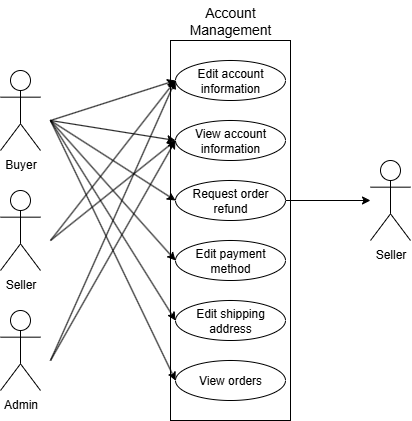
The draw.io diagram SRS Documents/User Story Diagrams/Use Case Diagram - 9.png in TagReaper/CSE-4214-03-Lab-Project, before a commit. Source tidied: cells renumbered, new cells last; positions are measured from the earlier drawing's top-left corner, leaving out a move shared by most shapes. Source of this version:
```xml
<mxGraphModel>
  <root>
    <mxCell id="0" />
    <mxCell id="1" parent="0" />
    <mxCell id="2" style="rounded=0;whiteSpace=wrap;html=1;" parent="1" vertex="1">
      <mxGeometry x="170" y="40" width="120" height="380" as="geometry" />
    </mxCell>
    <mxCell id="3" value="&lt;font style=&quot;font-size: 14px;&quot;&gt;Account Management&lt;/font&gt;" style="text;html=1;align=center;verticalAlign=middle;whiteSpace=wrap;rounded=0;" parent="1" vertex="1">
      <mxGeometry x="170" width="120" height="40" as="geometry" />
    </mxCell>
    <mxCell id="4" value="Edit account information" style="ellipse;whiteSpace=wrap;html=1;" parent="1" vertex="1">
      <mxGeometry x="175" y="60" width="110" height="40" as="geometry" />
    </mxCell>
    <mxCell id="5" value="Edit payment method" style="ellipse;whiteSpace=wrap;html=1;" parent="1" vertex="1">
      <mxGeometry x="175" y="240" width="110" height="40" as="geometry" />
    </mxCell>
    <mxCell id="6" value="Edit shipping address" style="ellipse;whiteSpace=wrap;html=1;" parent="1" vertex="1">
      <mxGeometry x="175" y="300" width="110" height="40" as="geometry" />
    </mxCell>
    <mxCell id="7" value="View orders" style="ellipse;whiteSpace=wrap;html=1;" parent="1" vertex="1">
      <mxGeometry x="175" y="360" width="110" height="40" as="geometry" />
    </mxCell>
    <mxCell id="8" value="View account information" style="ellipse;whiteSpace=wrap;html=1;" parent="1" vertex="1">
      <mxGeometry x="175" y="120" width="110" height="40" as="geometry" />
    </mxCell>
    <mxCell id="9" style="edgeStyle=none;shape=connector;rounded=0;jettySize=auto;html=1;exitX=1;exitY=0.5;exitDx=0;exitDy=0;strokeColor=default;align=center;verticalAlign=middle;fontFamily=Helvetica;fontSize=11;fontColor=default;labelBackgroundColor=default;endArrow=classic;" parent="1" edge="1" source="10" target="24">
      <mxGeometry relative="1" as="geometry" />
    </mxCell>
    <mxCell id="10" value="Request order refund" style="ellipse;whiteSpace=wrap;html=1;" parent="1" vertex="1">
      <mxGeometry x="175" y="180" width="110" height="40" as="geometry" />
    </mxCell>
    <mxCell id="11" style="rounded=0;jettySize=auto;html=1;entryX=0;entryY=0.5;entryDx=0;entryDy=0;strokeColor=default;align=center;verticalAlign=middle;fontFamily=Helvetica;fontSize=11;fontColor=default;labelBackgroundColor=default;endArrow=classic;elbow=vertical;" parent="1" edge="1" target="4">
      <mxGeometry relative="1" as="geometry">
        <mxPoint x="50" y="120" as="sourcePoint" />
      </mxGeometry>
    </mxCell>
    <mxCell id="12" style="edgeStyle=none;shape=connector;rounded=0;jettySize=auto;html=1;entryX=0;entryY=0.5;entryDx=0;entryDy=0;strokeColor=default;align=center;verticalAlign=middle;fontFamily=Helvetica;fontSize=11;fontColor=default;labelBackgroundColor=default;endArrow=classic;" parent="1" edge="1" target="5">
      <mxGeometry relative="1" as="geometry">
        <mxPoint x="50" y="120" as="sourcePoint" />
      </mxGeometry>
    </mxCell>
    <mxCell id="13" style="edgeStyle=none;shape=connector;rounded=0;jettySize=auto;html=1;entryX=0;entryY=0.5;entryDx=0;entryDy=0;strokeColor=default;align=center;verticalAlign=middle;fontFamily=Helvetica;fontSize=11;fontColor=default;labelBackgroundColor=default;endArrow=classic;" parent="1" edge="1" target="6">
      <mxGeometry relative="1" as="geometry">
        <mxPoint x="50" y="120" as="sourcePoint" />
      </mxGeometry>
    </mxCell>
    <mxCell id="14" style="edgeStyle=none;shape=connector;rounded=0;jettySize=auto;html=1;entryX=0;entryY=0.5;entryDx=0;entryDy=0;strokeColor=default;align=center;verticalAlign=middle;fontFamily=Helvetica;fontSize=11;fontColor=default;labelBackgroundColor=default;endArrow=classic;" parent="1" edge="1" target="7">
      <mxGeometry relative="1" as="geometry">
        <mxPoint x="50" y="120" as="sourcePoint" />
      </mxGeometry>
    </mxCell>
    <mxCell id="15" style="edgeStyle=none;shape=connector;rounded=0;jettySize=auto;html=1;entryX=0;entryY=0.5;entryDx=0;entryDy=0;strokeColor=default;align=center;verticalAlign=middle;fontFamily=Helvetica;fontSize=11;fontColor=default;labelBackgroundColor=default;endArrow=classic;" parent="1" edge="1" target="10">
      <mxGeometry relative="1" as="geometry">
        <mxPoint x="50" y="120" as="sourcePoint" />
      </mxGeometry>
    </mxCell>
    <mxCell id="16" style="edgeStyle=none;shape=connector;rounded=0;jettySize=auto;html=1;entryX=0;entryY=0.5;entryDx=0;entryDy=0;strokeColor=default;align=center;verticalAlign=middle;fontFamily=Helvetica;fontSize=11;fontColor=default;labelBackgroundColor=default;endArrow=classic;" parent="1" edge="1" target="8">
      <mxGeometry relative="1" as="geometry">
        <mxPoint x="50" y="120" as="sourcePoint" />
      </mxGeometry>
    </mxCell>
    <mxCell id="17" value="Buyer" style="shape=umlActor;verticalLabelPosition=bottom;verticalAlign=top;html=1;" parent="1" vertex="1">
      <mxGeometry y="70" width="40" height="80" as="geometry" />
    </mxCell>
    <mxCell id="18" style="edgeStyle=none;shape=connector;rounded=0;jettySize=auto;html=1;entryX=0;entryY=0.5;entryDx=0;entryDy=0;strokeColor=default;align=center;verticalAlign=middle;fontFamily=Helvetica;fontSize=11;fontColor=default;labelBackgroundColor=default;endArrow=classic;" parent="1" edge="1" target="4">
      <mxGeometry relative="1" as="geometry">
        <mxPoint x="50" y="240" as="sourcePoint" />
      </mxGeometry>
    </mxCell>
    <mxCell id="19" style="edgeStyle=none;shape=connector;rounded=0;jettySize=auto;html=1;entryX=0;entryY=0.5;entryDx=0;entryDy=0;strokeColor=default;align=center;verticalAlign=middle;fontFamily=Helvetica;fontSize=11;fontColor=default;labelBackgroundColor=default;endArrow=classic;" parent="1" edge="1" target="8">
      <mxGeometry relative="1" as="geometry">
        <mxPoint x="50" y="240" as="sourcePoint" />
      </mxGeometry>
    </mxCell>
    <mxCell id="20" value="Seller" style="shape=umlActor;verticalLabelPosition=bottom;verticalAlign=top;html=1;" parent="1" vertex="1">
      <mxGeometry y="190" width="40" height="80" as="geometry" />
    </mxCell>
    <mxCell id="21" style="edgeStyle=none;shape=connector;rounded=0;jettySize=auto;html=1;entryX=0;entryY=0.5;entryDx=0;entryDy=0;strokeColor=default;align=center;verticalAlign=middle;fontFamily=Helvetica;fontSize=11;fontColor=default;labelBackgroundColor=default;endArrow=classic;" parent="1" edge="1" target="4">
      <mxGeometry relative="1" as="geometry">
        <mxPoint x="50" y="360" as="sourcePoint" />
      </mxGeometry>
    </mxCell>
    <mxCell id="22" value="Admin" style="shape=umlActor;verticalLabelPosition=bottom;verticalAlign=top;html=1;" parent="1" vertex="1">
      <mxGeometry y="310" width="40" height="80" as="geometry" />
    </mxCell>
    <mxCell id="23" style="endArrow=classic;html=1;rounded=0;entryX=0;entryY=0.5;entryDx=0;entryDy=0;" parent="1" edge="1" target="8">
      <mxGeometry relative="1" as="geometry">
        <mxPoint x="50" y="360" as="sourcePoint" />
      </mxGeometry>
    </mxCell>
    <mxCell id="24" value="Seller" style="shape=umlActor;verticalLabelPosition=bottom;verticalAlign=top;html=1;outlineConnect=0;" parent="1" vertex="1">
      <mxGeometry x="370" y="160" width="40" height="80" as="geometry" />
    </mxCell>
  </root>
</mxGraphModel>
```
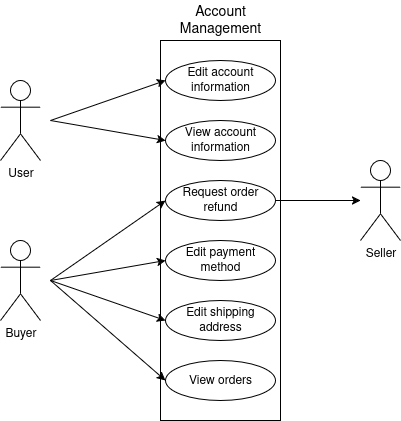
After the commit.

What changed in the source:
```diff
@@ -29,63 +29,40 @@
     <mxCell id="10" value="Request order refund" style="ellipse;whiteSpace=wrap;html=1;" parent="1" vertex="1">
       <mxGeometry x="175" y="180" width="110" height="40" as="geometry" />
     </mxCell>
-    <mxCell id="11" style="rounded=0;jettySize=auto;html=1;entryX=0;entryY=0.5;entryDx=0;entryDy=0;strokeColor=default;align=center;verticalAlign=middle;fontFamily=Helvetica;fontSize=11;fontColor=default;labelBackgroundColor=default;endArrow=classic;elbow=vertical;" parent="1" edge="1" target="4">
-      <mxGeometry relative="1" as="geometry">
-        <mxPoint x="50" y="120" as="sourcePoint" />
-      </mxGeometry>
-    </mxCell>
     <mxCell id="12" style="edgeStyle=none;shape=connector;rounded=0;jettySize=auto;html=1;entryX=0;entryY=0.5;entryDx=0;entryDy=0;strokeColor=default;align=center;verticalAlign=middle;fontFamily=Helvetica;fontSize=11;fontColor=default;labelBackgroundColor=default;endArrow=classic;" parent="1" edge="1" target="5">
       <mxGeometry relative="1" as="geometry">
-        <mxPoint x="50" y="120" as="sourcePoint" />
+        <mxPoint x="60" y="280" as="sourcePoint" />
       </mxGeometry>
     </mxCell>
     <mxCell id="13" style="edgeStyle=none;shape=connector;rounded=0;jettySize=auto;html=1;entryX=0;entryY=0.5;entryDx=0;entryDy=0;strokeColor=default;align=center;verticalAlign=middle;fontFamily=Helvetica;fontSize=11;fontColor=default;labelBackgroundColor=default;endArrow=classic;" parent="1" edge="1" target="6">
       <mxGeometry relative="1" as="geometry">
-        <mxPoint x="50" y="120" as="sourcePoint" />
+        <mxPoint x="60" y="280" as="sourcePoint" />
       </mxGeometry>
     </mxCell>
     <mxCell id="14" style="edgeStyle=none;shape=connector;rounded=0;jettySize=auto;html=1;entryX=0;entryY=0.5;entryDx=0;entryDy=0;strokeColor=default;align=center;verticalAlign=middle;fontFamily=Helvetica;fontSize=11;fontColor=default;labelBackgroundColor=default;endArrow=classic;" parent="1" edge="1" target="7">
       <mxGeometry relative="1" as="geometry">
-        <mxPoint x="50" y="120" as="sourcePoint" />
+        <mxPoint x="60" y="280" as="sourcePoint" />
       </mxGeometry>
     </mxCell>
     <mxCell id="15" style="edgeStyle=none;shape=connector;rounded=0;jettySize=auto;html=1;entryX=0;entryY=0.5;entryDx=0;entryDy=0;strokeColor=default;align=center;verticalAlign=middle;fontFamily=Helvetica;fontSize=11;fontColor=default;labelBackgroundColor=default;endArrow=classic;" parent="1" edge="1" target="10">
       <mxGeometry relative="1" as="geometry">
-        <mxPoint x="50" y="120" as="sourcePoint" />
+        <mxPoint x="60" y="280" as="sourcePoint" />
       </mxGeometry>
     </mxCell>
-    <mxCell id="16" style="edgeStyle=none;shape=connector;rounded=0;jettySize=auto;html=1;entryX=0;entryY=0.5;entryDx=0;entryDy=0;strokeColor=default;align=center;verticalAlign=middle;fontFamily=Helvetica;fontSize=11;fontColor=default;labelBackgroundColor=default;endArrow=classic;" parent="1" edge="1" target="8">
-      <mxGeometry relative="1" as="geometry">
-        <mxPoint x="50" y="120" as="sourcePoint" />
-      </mxGeometry>
-    </mxCell>
     <mxCell id="17" value="Buyer" style="shape=umlActor;verticalLabelPosition=bottom;verticalAlign=top;html=1;" parent="1" vertex="1">
-      <mxGeometry y="70" width="40" height="80" as="geometry" />
+      <mxGeometry x="10" y="240" width="40" height="80" as="geometry" />
     </mxCell>
-    <mxCell id="18" style="edgeStyle=none;shape=connector;rounded=0;jettySize=auto;html=1;entryX=0;entryY=0.5;entryDx=0;entryDy=0;strokeColor=default;align=center;verticalAlign=middle;fontFamily=Helvetica;fontSize=11;fontColor=default;labelBackgroundColor=default;endArrow=classic;" parent="1" edge="1" target="4">
-      <mxGeometry relative="1" as="geometry">
-        <mxPoint x="50" y="240" as="sourcePoint" />
-      </mxGeometry>
-    </mxCell>
-    <mxCell id="19" style="edgeStyle=none;shape=connector;rounded=0;jettySize=auto;html=1;entryX=0;entryY=0.5;entryDx=0;entryDy=0;strokeColor=default;align=center;verticalAlign=middle;fontFamily=Helvetica;fontSize=11;fontColor=default;labelBackgroundColor=default;endArrow=classic;" parent="1" edge="1" target="8">
-      <mxGeometry relative="1" as="geometry">
-        <mxPoint x="50" y="240" as="sourcePoint" />
-      </mxGeometry>
-    </mxCell>
-    <mxCell id="20" value="Seller" style="shape=umlActor;verticalLabelPosition=bottom;verticalAlign=top;html=1;" parent="1" vertex="1">
-      <mxGeometry y="190" width="40" height="80" as="geometry" />
-    </mxCell>
     <mxCell id="21" style="edgeStyle=none;shape=connector;rounded=0;jettySize=auto;html=1;entryX=0;entryY=0.5;entryDx=0;entryDy=0;strokeColor=default;align=center;verticalAlign=middle;fontFamily=Helvetica;fontSize=11;fontColor=default;labelBackgroundColor=default;endArrow=classic;" parent="1" edge="1" target="4">
       <mxGeometry relative="1" as="geometry">
-        <mxPoint x="50" y="360" as="sourcePoint" />
+        <mxPoint x="60" y="120" as="sourcePoint" />
       </mxGeometry>
     </mxCell>
-    <mxCell id="22" value="Admin" style="shape=umlActor;verticalLabelPosition=bottom;verticalAlign=top;html=1;" parent="1" vertex="1">
-      <mxGeometry y="310" width="40" height="80" as="geometry" />
+    <mxCell id="22" value="&lt;div&gt;User&lt;/div&gt;&lt;div&gt;&lt;br&gt;&lt;/div&gt;" style="shape=umlActor;verticalLabelPosition=bottom;verticalAlign=top;html=1;" parent="1" vertex="1">
+      <mxGeometry x="10" y="80" width="40" height="80" as="geometry" />
     </mxCell>
     <mxCell id="23" style="endArrow=classic;html=1;rounded=0;entryX=0;entryY=0.5;entryDx=0;entryDy=0;" parent="1" edge="1" target="8">
       <mxGeometry relative="1" as="geometry">
-        <mxPoint x="50" y="360" as="sourcePoint" />
+        <mxPoint x="60" y="120" as="sourcePoint" />
       </mxGeometry>
     </mxCell>
     <mxCell id="24" value="Seller" style="shape=umlActor;verticalLabelPosition=bottom;verticalAlign=top;html=1;outlineConnect=0;" parent="1" vertex="1">
```
